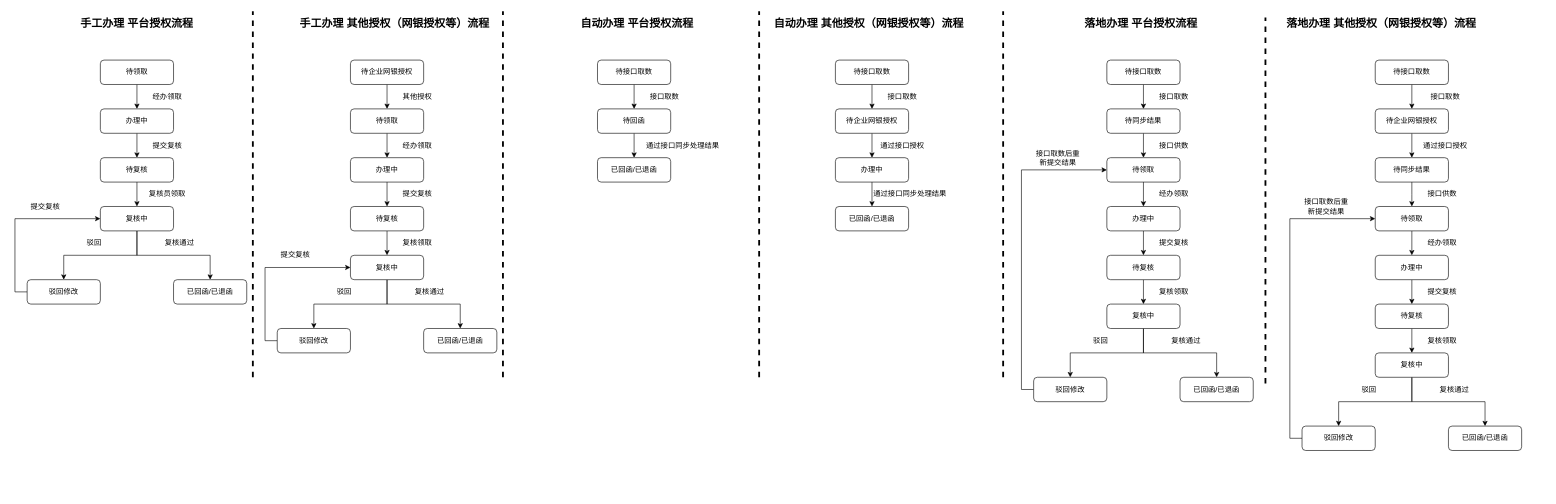
The draw.io diagram 未命名绘图.drawio in pingguo002/iconomi, before the edit. Source tidied: cells renumbered, new cells numbered last; positions are measured from the earlier drawing's top-left corner, leaving out a move shared by most shapes. Both pictures are drawn from the tidied source at 61%, with x=0, y=0 at pixel (15, 11).
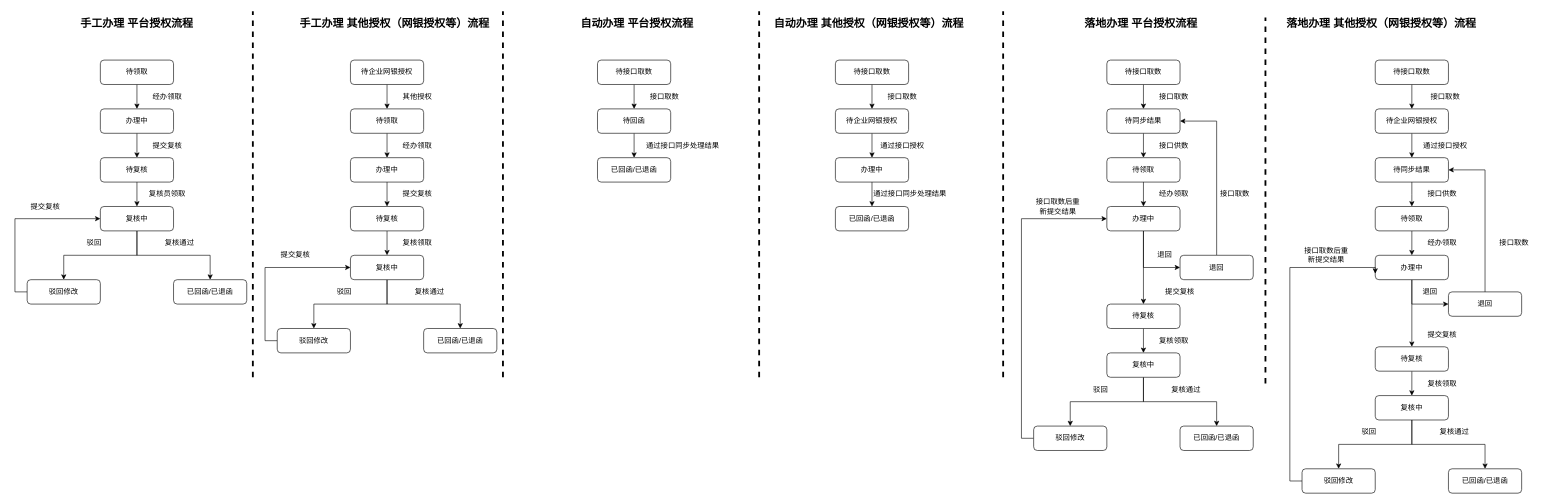
Above is the later version.

Commit message:
更新未命名绘图.drawio

Unchanged cells that the change refers to:
```xml
<mxCell id="78" value="办理中" style="rounded=1;whiteSpace=wrap;html=1;" parent="1" vertex="1">
  <mxGeometry x="1790" y="320" width="120" height="40" as="geometry" />
</mxCell>
<mxCell id="96" value="办理中" style="rounded=1;whiteSpace=wrap;html=1;" parent="1" vertex="1">
  <mxGeometry x="2230" y="400" width="120" height="40" as="geometry" />
</mxCell>
<mxCell id="114" value="待同步结果" style="rounded=1;whiteSpace=wrap;html=1;" parent="1" vertex="1">
  <mxGeometry x="1790" y="160" width="120" height="40" as="geometry" />
</mxCell>
<mxCell id="117" value="待同步结果" style="rounded=1;whiteSpace=wrap;html=1;" parent="1" vertex="1">
  <mxGeometry x="2230" y="240" width="120" height="40" as="geometry" />
</mxCell>
```

What changed in the source:
```diff
@@
+    <mxCell id="120" style="edgeStyle=orthogonalEdgeStyle;rounded=0;jettySize=auto;html=1;exitX=0.5;exitY=1;exitDx=0;exitDy=0;entryX=0;entryY=0.5;entryDx=0;entryDy=0;" parent="1" edge="1" source="78" target="123">
+      <mxGeometry relative="1" as="geometry" />
+    </mxCell>
@@
     <mxCell id="81" value="待复核" style="rounded=1;whiteSpace=wrap;html=1;" parent="1" vertex="1">
-      <mxGeometry x="1790" y="400" width="120" height="40" as="geometry" />
+      <mxGeometry x="1790" y="480" width="120" height="40" as="geometry" />
     </mxCell>
     <mxCell id="82" value="提交复核" style="text;html=1;strokeColor=none;fillColor=none;align=center;verticalAlign=middle;whiteSpace=wrap;rounded=0;" parent="1" vertex="1">
-      <mxGeometry x="1850" y="370" width="100" height="20" as="geometry" />
+      <mxGeometry x="1860" y="450" width="100" height="20" as="geometry" />
     </mxCell>
@@
     <mxCell id="85" value="复核中" style="rounded=1;whiteSpace=wrap;html=1;" parent="1" vertex="1">
-      <mxGeometry x="1790" y="480" width="120" height="40" as="geometry" />
+      <mxGeometry x="1790" y="560" width="120" height="40" as="geometry" />
     </mxCell>
     <mxCell id="86" value="复核领取" style="text;html=1;strokeColor=none;fillColor=none;align=center;verticalAlign=middle;whiteSpace=wrap;rounded=0;" parent="1" vertex="1">
-      <mxGeometry x="1850" y="450" width="100" height="20" as="geometry" />
+      <mxGeometry x="1850" y="530" width="100" height="20" as="geometry" />
     </mxCell>
     <mxCell id="87" value="已回函/已退函" style="rounded=1;whiteSpace=wrap;html=1;" parent="1" vertex="1">
-      <mxGeometry x="1910" y="600" width="120" height="40" as="geometry" />
+      <mxGeometry x="1910" y="680" width="120" height="40" as="geometry" />
     </mxCell>
     <mxCell id="88" value="复核通过" style="text;html=1;strokeColor=none;fillColor=none;align=center;verticalAlign=middle;whiteSpace=wrap;rounded=0;" parent="1" vertex="1">
-      <mxGeometry x="1870" y="530" width="100" height="20" as="geometry" />
+      <mxGeometry x="1870" y="610" width="100" height="20" as="geometry" />
     </mxCell>
     <mxCell id="89" value="驳回" style="text;html=1;strokeColor=none;fillColor=none;align=center;verticalAlign=middle;whiteSpace=wrap;rounded=0;" parent="1" vertex="1">
-      <mxGeometry x="1750" y="530" width="60" height="20" as="geometry" />
+      <mxGeometry x="1750" y="610" width="60" height="20" as="geometry" />
     </mxCell>
     <mxCell id="90" style="edgeStyle=orthogonalEdgeStyle;rounded=0;jettySize=auto;html=1;exitX=0;exitY=0.5;exitDx=0;exitDy=0;" parent="1" edge="1" source="91">
       <mxGeometry relative="1" as="geometry">
-        <mxPoint x="1790" y="260" as="targetPoint" />
+        <mxPoint x="1790" y="340" as="targetPoint" />
         <Array as="points">
-          <mxPoint x="1650" y="620" />
-          <mxPoint x="1650" y="260" />
-          <mxPoint x="1790" y="260" />
+          <mxPoint x="1650" y="700" />
+          <mxPoint x="1650" y="340" />
         </Array>
       </mxGeometry>
     </mxCell>
     <mxCell id="91" value="驳回修改" style="rounded=1;whiteSpace=wrap;html=1;" parent="1" vertex="1">
-      <mxGeometry x="1670" y="600" width="120" height="40" as="geometry" />
+      <mxGeometry x="1670" y="680" width="120" height="40" as="geometry" />
     </mxCell>
     <mxCell id="92" value="接口取数后重新提交结果" style="text;html=1;strokeColor=none;fillColor=none;align=center;verticalAlign=middle;whiteSpace=wrap;rounded=0;" parent="1" vertex="1">
-      <mxGeometry x="1670" y="230" width="80" height="20" as="geometry" />
+      <mxGeometry x="1670" y="310" width="80" height="20" as="geometry" />
     </mxCell>
@@
+    <mxCell id="121" style="edgeStyle=orthogonalEdgeStyle;rounded=0;jettySize=auto;html=1;exitX=0.5;exitY=1;exitDx=0;exitDy=0;entryX=0;entryY=0.5;entryDx=0;entryDy=0;" parent="1" edge="1" source="96" target="127">
+      <mxGeometry relative="1" as="geometry" />
+    </mxCell>
@@
     <mxCell id="99" value="待复核" style="rounded=1;whiteSpace=wrap;html=1;" parent="1" vertex="1">
-      <mxGeometry x="2230" y="480" width="120" height="40" as="geometry" />
+      <mxGeometry x="2230" y="550" width="120" height="40" as="geometry" />
     </mxCell>
     <mxCell id="100" value="提交复核" style="text;html=1;strokeColor=none;fillColor=none;align=center;verticalAlign=middle;whiteSpace=wrap;rounded=0;" parent="1" vertex="1">
-      <mxGeometry x="2290" y="450" width="100" height="20" as="geometry" />
+      <mxGeometry x="2290" y="520" width="100" height="20" as="geometry" />
     </mxCell>
@@
     <mxCell id="103" value="复核中" style="rounded=1;whiteSpace=wrap;html=1;" parent="1" vertex="1">
-      <mxGeometry x="2230" y="560" width="120" height="40" as="geometry" />
+      <mxGeometry x="2230" y="630" width="120" height="40" as="geometry" />
     </mxCell>
     <mxCell id="104" value="复核领取" style="text;html=1;strokeColor=none;fillColor=none;align=center;verticalAlign=middle;whiteSpace=wrap;rounded=0;" parent="1" vertex="1">
-      <mxGeometry x="2290" y="530" width="100" height="20" as="geometry" />
+      <mxGeometry x="2290" y="600" width="100" height="20" as="geometry" />
     </mxCell>
     <mxCell id="105" value="已回函/已退函" style="rounded=1;whiteSpace=wrap;html=1;" parent="1" vertex="1">
-      <mxGeometry x="2350" y="680" width="120" height="40" as="geometry" />
+      <mxGeometry x="2350" y="750" width="120" height="40" as="geometry" />
     </mxCell>
     <mxCell id="106" value="复核通过" style="text;html=1;strokeColor=none;fillColor=none;align=center;verticalAlign=middle;whiteSpace=wrap;rounded=0;" parent="1" vertex="1">
-      <mxGeometry x="2310" y="610" width="100" height="20" as="geometry" />
+      <mxGeometry x="2310" y="680" width="100" height="20" as="geometry" />
     </mxCell>
     <mxCell id="107" value="驳回" style="text;html=1;strokeColor=none;fillColor=none;align=center;verticalAlign=middle;whiteSpace=wrap;rounded=0;" parent="1" vertex="1">
-      <mxGeometry x="2190" y="610" width="60" height="20" as="geometry" />
+      <mxGeometry x="2190" y="680" width="60" height="20" as="geometry" />
     </mxCell>
-    <mxCell id="108" style="edgeStyle=orthogonalEdgeStyle;rounded=0;jettySize=auto;html=1;exitX=0;exitY=0.5;exitDx=0;exitDy=0;" parent="1" edge="1" source="109">
+    <mxCell id="108" style="edgeStyle=orthogonalEdgeStyle;rounded=0;jettySize=auto;html=1;exitX=0;exitY=0.5;exitDx=0;exitDy=0;entryX=0;entryY=0.75;entryDx=0;entryDy=0;entryPerimeter=0;" parent="1" edge="1" source="109" target="96">
       <mxGeometry relative="1" as="geometry">
-        <mxPoint x="2230" y="340" as="targetPoint" />
         <Array as="points">
-          <mxPoint x="2090" y="700" />
-          <mxPoint x="2090" y="340" />
-          <mxPoint x="2230" y="340" />
+          <mxPoint x="2090" y="770" />
+          <mxPoint x="2090" y="420" />
+          <mxPoint x="2230" y="420" />
         </Array>
       </mxGeometry>
     </mxCell>
     <mxCell id="109" value="驳回修改" style="rounded=1;whiteSpace=wrap;html=1;" parent="1" vertex="1">
-      <mxGeometry x="2110" y="680" width="120" height="40" as="geometry" />
+      <mxGeometry x="2110" y="750" width="120" height="40" as="geometry" />
     </mxCell>
@@
     <mxCell id="119" value="接口取数后重新提交结果" style="text;html=1;strokeColor=none;fillColor=none;align=center;verticalAlign=middle;whiteSpace=wrap;rounded=0;" parent="1" vertex="1">
-      <mxGeometry x="2110" y="310" width="80" height="20" as="geometry" />
+      <mxGeometry x="2110" y="390" width="80" height="20" as="geometry" />
     </mxCell>
+    <mxCell id="122" style="edgeStyle=orthogonalEdgeStyle;rounded=0;jettySize=auto;html=1;exitX=0.5;exitY=0;exitDx=0;exitDy=0;entryX=1;entryY=0.5;entryDx=0;entryDy=0;" parent="1" edge="1" source="123" target="114">
+      <mxGeometry relative="1" as="geometry" />
+    </mxCell>
+    <mxCell id="123" value="退回" style="rounded=1;whiteSpace=wrap;html=1;" parent="1" vertex="1">
+      <mxGeometry x="1910" y="400" width="120" height="40" as="geometry" />
+    </mxCell>
+    <mxCell id="124" value="退回" style="text;html=1;strokeColor=none;fillColor=none;align=center;verticalAlign=middle;whiteSpace=wrap;rounded=0;" parent="1" vertex="1">
+      <mxGeometry x="1860" y="390" width="50" height="20" as="geometry" />
+    </mxCell>
+    <mxCell id="125" value="接口取数" style="text;html=1;strokeColor=none;fillColor=none;align=center;verticalAlign=middle;whiteSpace=wrap;rounded=0;" parent="1" vertex="1">
+      <mxGeometry x="1970" y="290" width="60" height="20" as="geometry" />
+    </mxCell>
+    <mxCell id="126" style="edgeStyle=orthogonalEdgeStyle;rounded=0;jettySize=auto;html=1;exitX=0.5;exitY=0;exitDx=0;exitDy=0;entryX=1;entryY=0.5;entryDx=0;entryDy=0;" parent="1" edge="1" source="127" target="117">
+      <mxGeometry relative="1" as="geometry" />
+    </mxCell>
+    <mxCell id="127" value="退回" style="rounded=1;whiteSpace=wrap;html=1;" parent="1" vertex="1">
+      <mxGeometry x="2350" y="460" width="120" height="40" as="geometry" />
+    </mxCell>
+    <mxCell id="128" value="接口取数" style="text;html=1;strokeColor=none;fillColor=none;align=center;verticalAlign=middle;whiteSpace=wrap;rounded=0;" parent="1" vertex="1">
+      <mxGeometry x="2408" y="370" width="100" height="20" as="geometry" />
+    </mxCell>
+    <mxCell id="129" value="退回" style="text;html=1;strokeColor=none;fillColor=none;align=center;verticalAlign=middle;whiteSpace=wrap;rounded=0;" parent="1" vertex="1">
+      <mxGeometry x="2295" y="450" width="50" height="20" as="geometry" />
+    </mxCell>
```
